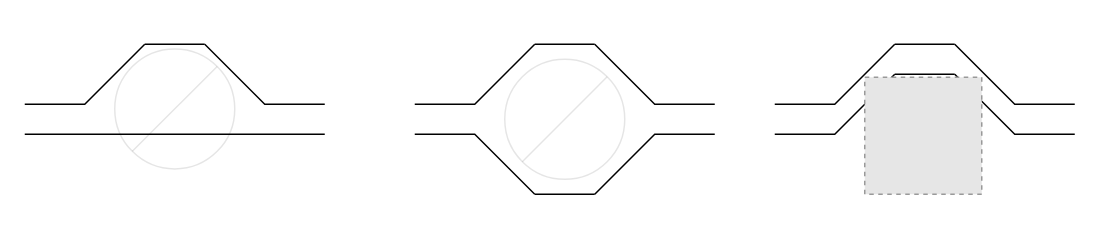
Earlier version of the draw.io diagram Test2.drawio (Dannyracho1/drawIO). Source tidied: cells renumbered, new cells numbered last; positions are measured from the earlier drawing's top-left corner, leaving out a move shared by most shapes. Both pictures are drawn from the tidied source at 150%, with x=0, y=0 at pixel (-36, -16). Pictures stored in the file or linked from it are replaced by grey dashed boxes.
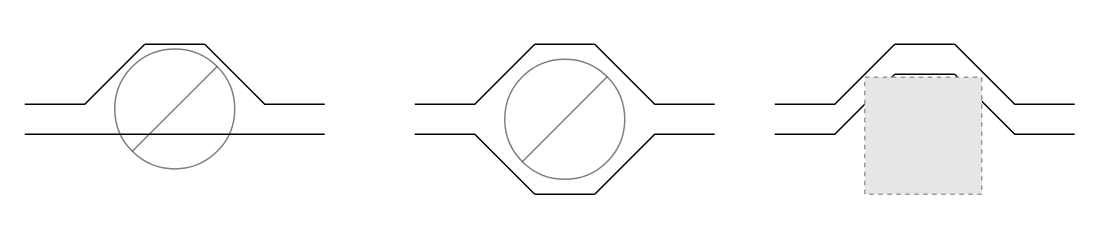
The same diagram, later.

Unchanged cells that the change refers to:
```xml
<mxCell id="2" style="group;" parent="1" vertex="1">
  <mxGeometry width="280" height="123.1" as="geometry" />
</mxCell>
```

Change to the diagram source:
```diff
@@
-    <mxCell id="3" style="shape=lineEllipse;line=vertical;perimeter=ellipsePerimeter;whiteSpace=wrap;html=1;backgroundOutline=1;strokeOpacity=10;rotation=45;fillOpacity=100;" parent="2" vertex="1">
+    <mxCell id="3" style="shape=lineEllipse;line=vertical;perimeter=ellipsePerimeter;whiteSpace=wrap;html=1;backgroundOutline=1;strokeOpacity=50;rotation=45;fillOpacity=100;" parent="2" vertex="1">
       <mxGeometry x="100" y="43.1" width="80" height="80" as="geometry" />
     </mxCell>
@@
-    <mxCell id="21" style="shape=lineEllipse;line=vertical;perimeter=ellipsePerimeter;whiteSpace=wrap;html=1;backgroundOutline=1;strokeOpacity=10;rotation=45;" parent="1" vertex="1">
+    <mxCell id="21" style="shape=lineEllipse;line=vertical;perimeter=ellipsePerimeter;whiteSpace=wrap;html=1;backgroundOutline=1;strokeOpacity=50;rotation=45;" parent="1" vertex="1">
       <mxGeometry x="360" y="50" width="80" height="80" as="geometry" />
     </mxCell>
```
